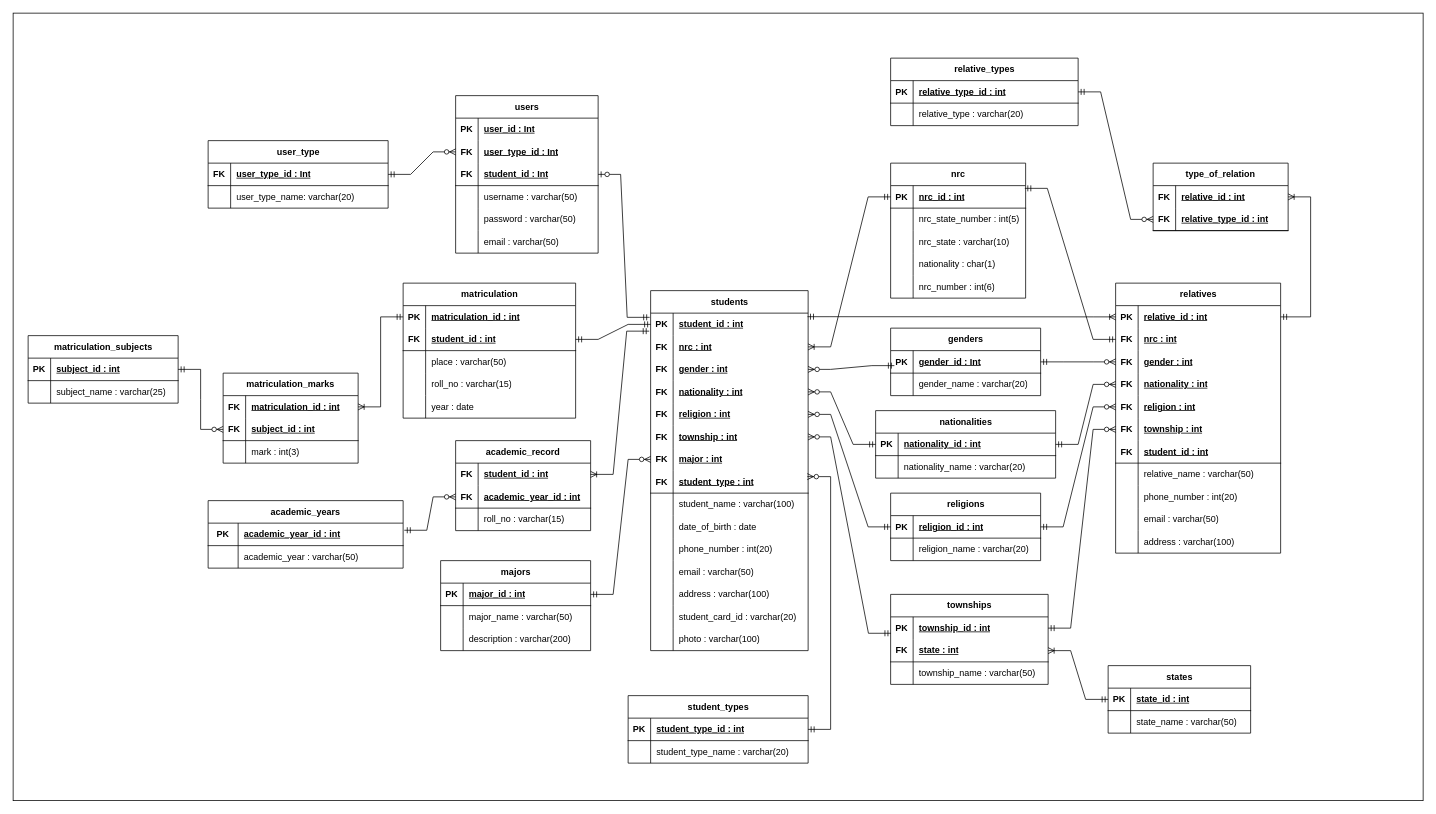
shinjir0u/StudentRegistrationSystem keeps this draw.io diagram as database/database.drawio. Above is the earlier version. Source tidied: cells renumbered, new cells numbered last; positions are measured from the earlier drawing's top-left corner, leaving out a move shared by most shapes. Both pictures are drawn from the tidied source at 75%, with x=0, y=0 at pixel (13, -257).
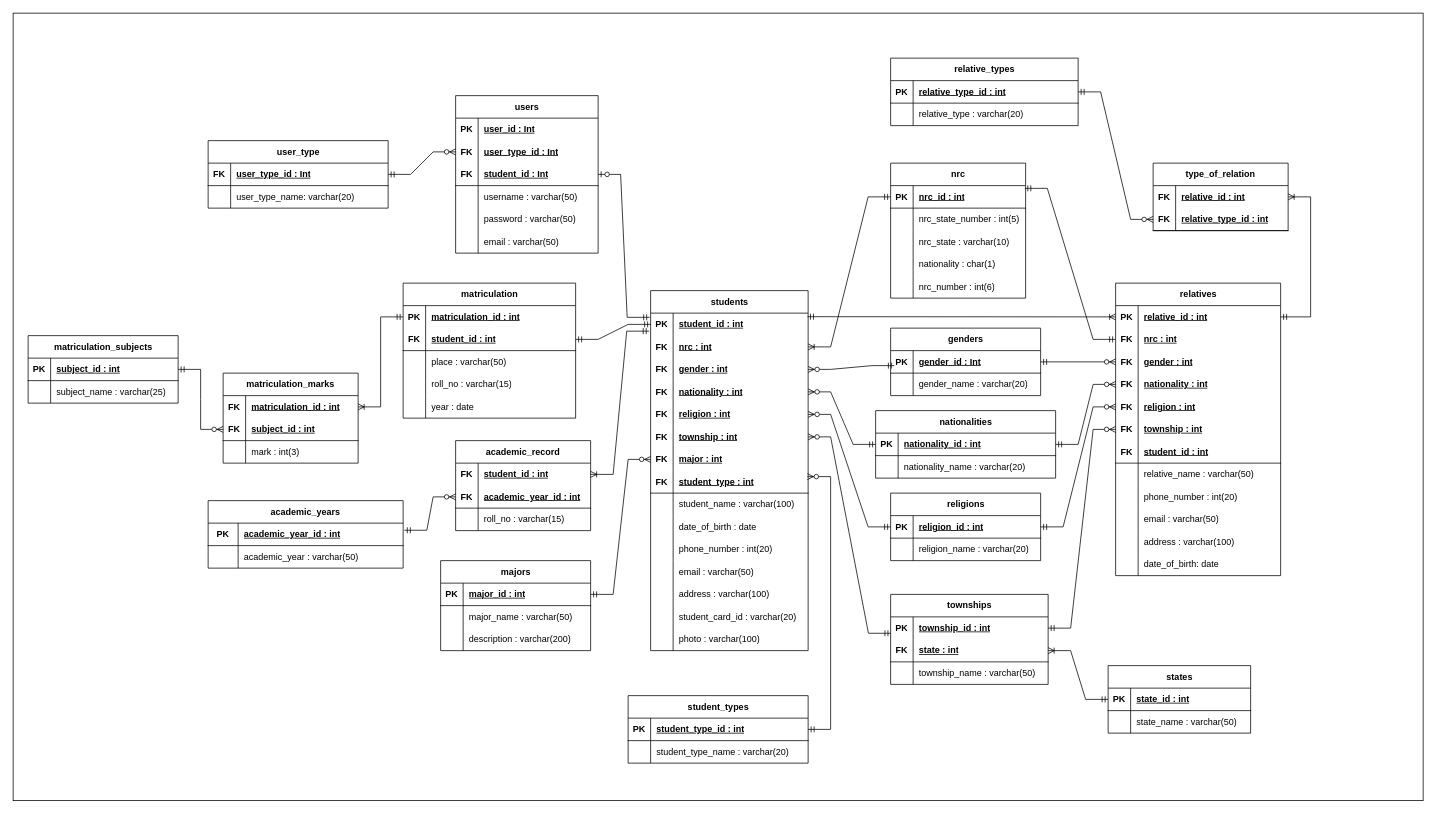
After the change.

Commit message (it also covers changes not shown here):
Added DateOfBirth for relatives table

Change to the diagram source:
```diff
@@
     <mxCell id="177" value="relatives" style="shape=table;startSize=30;childLayout=tableLayout;rowLines=0;fontStyle=1;align=center;html=1;" parent="1" vertex="1">
-      <mxGeometry x="1470" y="720" width="220" height="360" as="geometry" />
+      <mxGeometry x="1470" y="720" width="220" height="390" as="geometry" />
     </mxCell>
@@
+    <mxCell id="267" style="shape=tableRow;horizontal=0;startSize=0;swimlaneHead=0;swimlaneBody=0;fillColor=none;top=0;left=0;right=0;bottom=0;" parent="177" vertex="1">
+      <mxGeometry y="360" width="220" height="30" as="geometry" />
+    </mxCell>
+    <mxCell id="268" style="shape=partialRectangle;fillColor=none;top=0;left=0;bottom=0;right=0;overflow=hidden;whiteSpace=wrap;html=1;" parent="267" vertex="1">
+      <mxGeometry width="30" height="30" as="geometry" />
+    </mxCell>
+    <mxCell id="269" value="date_of_birth: date" style="shape=partialRectangle;fillColor=none;top=0;left=0;bottom=0;right=0;align=left;spacingLeft=6;overflow=hidden;whiteSpace=wrap;html=1;" parent="267" vertex="1">
+      <mxGeometry x="30" width="190" height="30" as="geometry" />
+    </mxCell>
```
